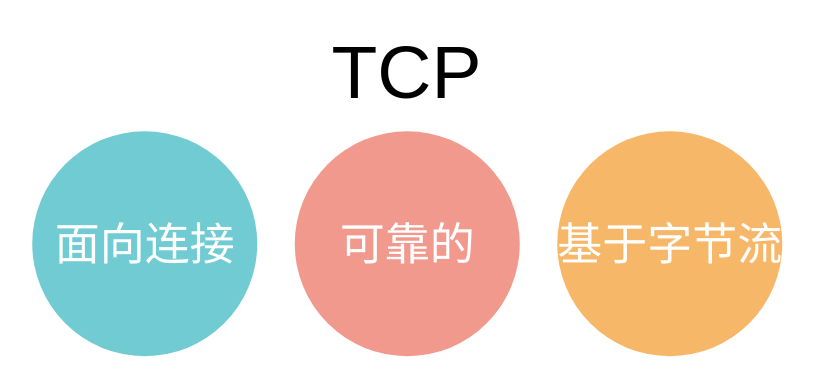
xiaobaiTech/image keeps this draw.io diagram as network/tcp是什么.drawio. Above is the earlier version. Source tidied: cells renumbered, new cells numbered last; positions are measured from the earlier drawing's top-left corner, leaving out a move shared by most shapes. Both pictures are drawn from the tidied source at 150%, with x=0, y=0 at pixel (32, 56).
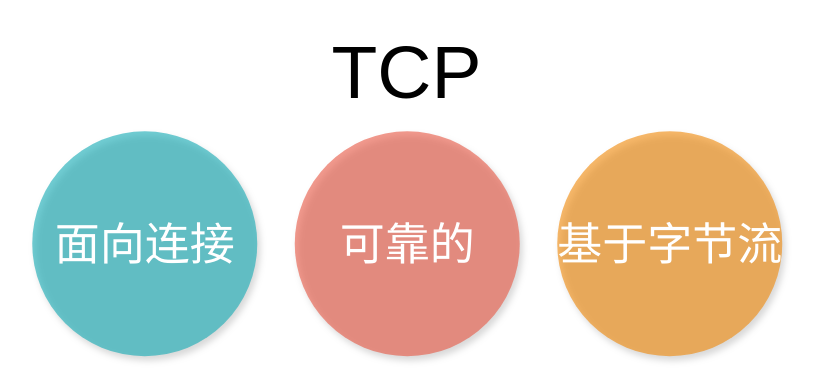
The same diagram, later.

Diff of the diagram source:
```diff
@@
 <mxGraphModel background="#ffffff">
   <root>
     <mxCell id="0" />
     <mxCell id="1" parent="0" />
-    <mxCell id="2" value="基于字节流" style="ellipse;fillColor=#F08705;opacity=60;strokeColor=none;html=1;fontColor=#FFFFFF;fontSize=30;" parent="1" vertex="1">
+    <mxCell id="2" value="基于字节流" style="ellipse;fillColor=#F08705;opacity=60;strokeColor=none;html=1;fontColor=#FFFFFF;fontSize=30;shadow=1;" parent="1" vertex="1">
       <mxGeometry x="350" y="50" width="150" height="150" as="geometry" />
     </mxCell>
-    <mxCell id="3" value="面向连接" style="ellipse;fillColor=#12AAB5;opacity=60;strokeColor=none;html=1;fontColor=#FFFFFF;fontSize=30;" parent="1" vertex="1">
+    <mxCell id="3" value="面向连接" style="ellipse;fillColor=#12AAB5;opacity=60;strokeColor=none;html=1;fontColor=#FFFFFF;fontSize=30;shadow=1;" parent="1" vertex="1">
       <mxGeometry y="50" width="150" height="150" as="geometry" />
     </mxCell>
-    <mxCell id="4" value="可靠的" style="ellipse;fillColor=#e85642;opacity=60;strokeColor=none;html=1;fontColor=#FFFFFF;fontSize=30;" parent="1" vertex="1">
+    <mxCell id="4" value="可靠的" style="ellipse;fillColor=#e85642;opacity=60;strokeColor=none;html=1;fontColor=#FFFFFF;fontSize=30;shadow=1;" parent="1" vertex="1">
       <mxGeometry x="175" y="50" width="150" height="150" as="geometry" />
     </mxCell>
-    <mxCell id="5" value="TCP" style="text;html=1;strokeColor=none;fillColor=none;align=center;verticalAlign=middle;whiteSpace=wrap;rounded=0;fontSize=50;" parent="1" vertex="1">
+    <mxCell id="5" value="TCP" style="text;html=1;strokeColor=none;fillColor=none;align=center;verticalAlign=middle;whiteSpace=wrap;rounded=0;fontSize=50;shadow=1;" parent="1" vertex="1">
       <mxGeometry x="230" width="40" height="20" as="geometry" />
     </mxCell>
   </root>
 </mxGraphModel>
```
